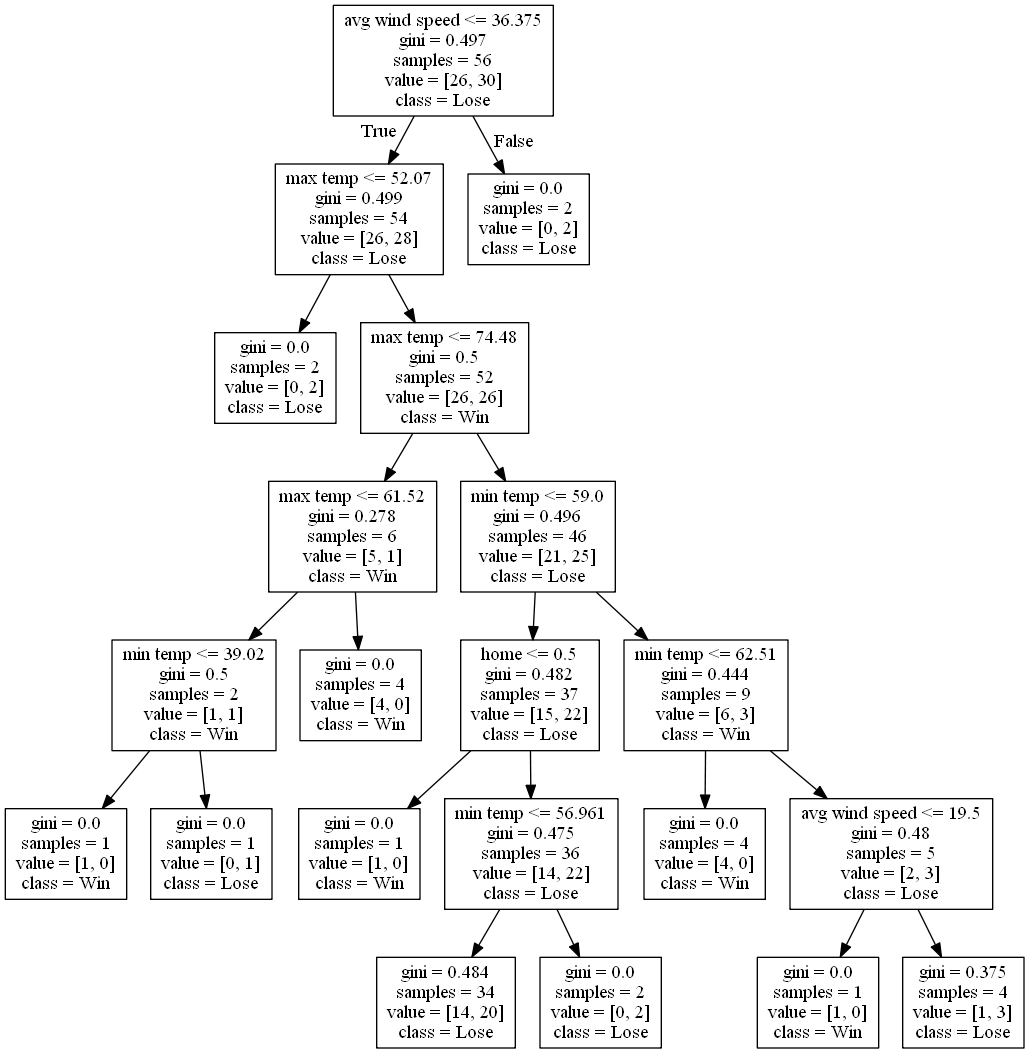
alexana-steck/CSE482Project keeps this Graphviz diagram as DecisionTrees/decision_tree_no_score_or_attendance4.png. Above is the earlier version. Its source is kept beside it as DecisionTrees/decision_tree_no_score_or_attendance4.dot.
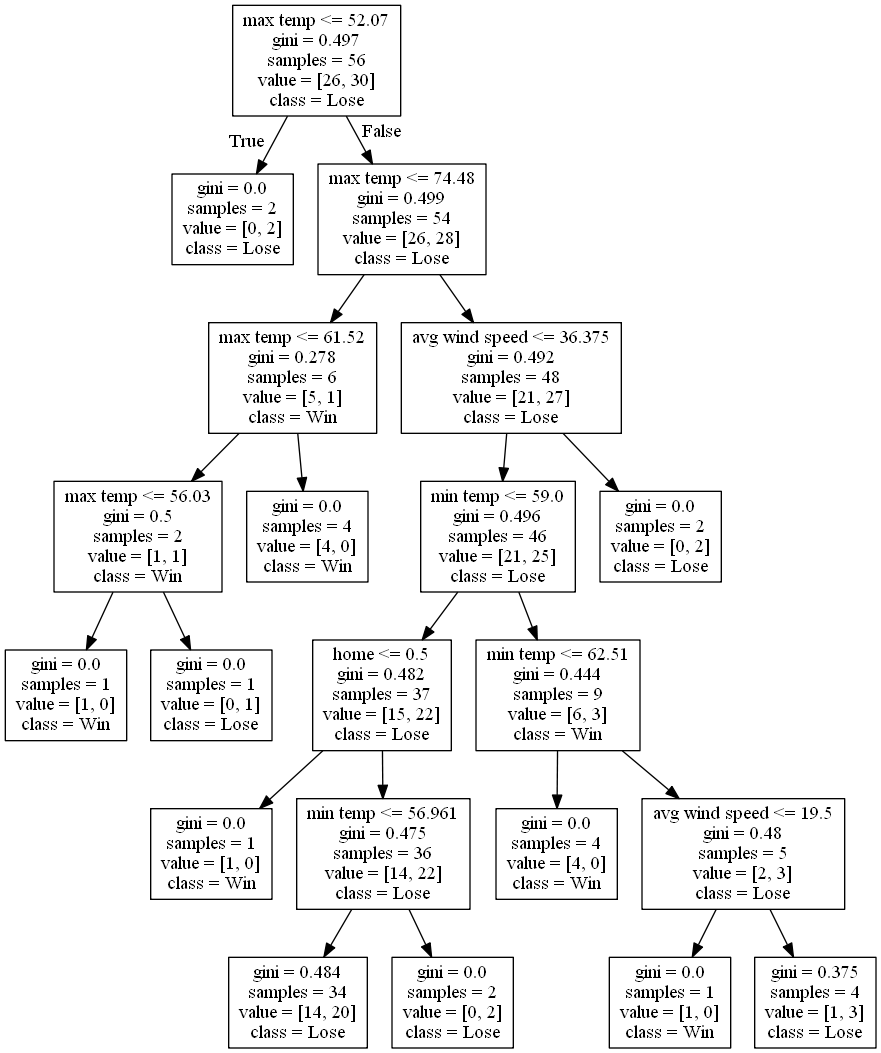
The same file after the commit.

Change to the diagram source:
```diff
@@ -1,24 +1,24 @@
 digraph Tree {
 node [shape=box] ;
-0 [label="avg wind speed <= 36.375\ngini = 0.497\nsamples = 56\nvalue = [26, 30]\nclass = Lose"] ;
-1 [label="max temp <= 52.07\ngini = 0.499\nsamples = 54\nvalue = [26, 28]\nclass = Lose"] ;
+0 [label="max temp <= 52.07\ngini = 0.497\nsamples = 56\nvalue = [26, 30]\nclass = Lose"] ;
+1 [label="gini = 0.0\nsamples = 2\nvalue = [0, 2]\nclass = Lose"] ;
 0 -> 1 [labeldistance=2.5, labelangle=45, headlabel="True"] ;
-2 [label="gini = 0.0\nsamples = 2\nvalue = [0, 2]\nclass = Lose"] ;
-1 -> 2 ;
-3 [label="max temp <= 74.48\ngini = 0.5\nsamples = 52\nvalue = [26, 26]\nclass = Win"] ;
-1 -> 3 ;
-4 [label="max temp <= 61.52\ngini = 0.278\nsamples = 6\nvalue = [5, 1]\nclass = Win"] ;
+2 [label="max temp <= 74.48\ngini = 0.499\nsamples = 54\nvalue = [26, 28]\nclass = Lose"] ;
+0 -> 2 [labeldistance=2.5, labelangle=-45, headlabel="False"] ;
+3 [label="max temp <= 61.52\ngini = 0.278\nsamples = 6\nvalue = [5, 1]\nclass = Win"] ;
+2 -> 3 ;
+4 [label="max temp <= 56.03\ngini = 0.5\nsamples = 2\nvalue = [1, 1]\nclass = Win"] ;
 3 -> 4 ;
-5 [label="min temp <= 39.02\ngini = 0.5\nsamples = 2\nvalue = [1, 1]\nclass = Win"] ;
+5 [label="gini = 0.0\nsamples = 1\nvalue = [1, 0]\nclass = Win"] ;
 4 -> 5 ;
-6 [label="gini = 0.0\nsamples = 1\nvalue = [1, 0]\nclass = Win"] ;
-5 -> 6 ;
-7 [label="gini = 0.0\nsamples = 1\nvalue = [0, 1]\nclass = Lose"] ;
-5 -> 7 ;
-8 [label="gini = 0.0\nsamples = 4\nvalue = [4, 0]\nclass = Win"] ;
-4 -> 8 ;
+6 [label="gini = 0.0\nsamples = 1\nvalue = [0, 1]\nclass = Lose"] ;
+4 -> 6 ;
+7 [label="gini = 0.0\nsamples = 4\nvalue = [4, 0]\nclass = Win"] ;
+3 -> 7 ;
+8 [label="avg wind speed <= 36.375\ngini = 0.492\nsamples = 48\nvalue = [21, 27]\nclass = Lose"] ;
+2 -> 8 ;
 9 [label="min temp <= 59.0\ngini = 0.496\nsamples = 46\nvalue = [21, 25]\nclass = Lose"] ;
-3 -> 9 ;
+8 -> 9 ;
 10 [label="home <= 0.5\ngini = 0.482\nsamples = 37\nvalue = [15, 22]\nclass = Lose"] ;
 9 -> 10 ;
 11 [label="gini = 0.0\nsamples = 1\nvalue = [1, 0]\nclass = Win"] ;
@@ -40,5 +40,5 @@
 19 [label="gini = 0.375\nsamples = 4\nvalue = [1, 3]\nclass = Lose"] ;
 17 -> 19 ;
 20 [label="gini = 0.0\nsamples = 2\nvalue = [0, 2]\nclass = Lose"] ;
-0 -> 20 [labeldistance=2.5, labelangle=-45, headlabel="False"] ;
+8 -> 20 ;
 }
```
